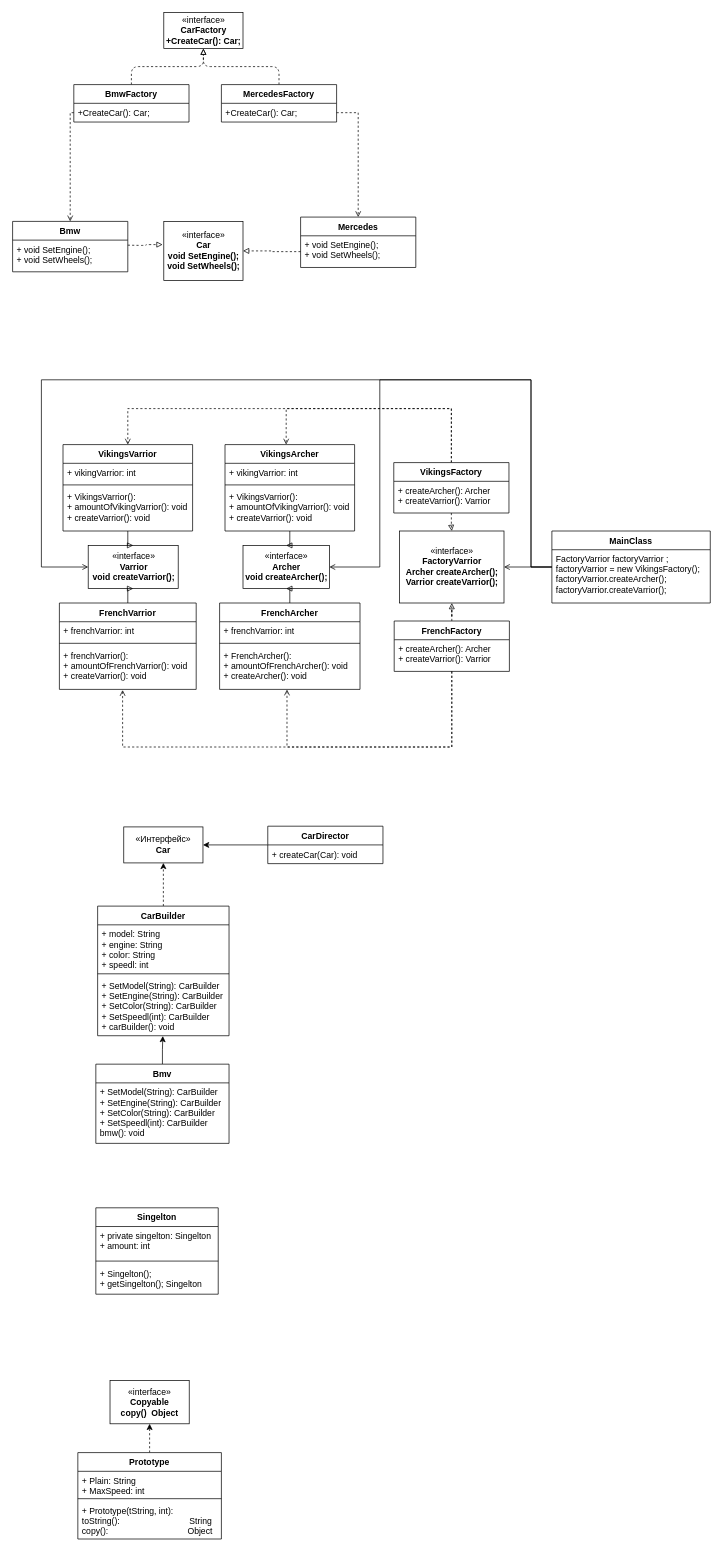
Earlier version of the draw.io diagram page "Factory pattern" (1 of 5) of Untitled Diagram.drawio (antonshikalyov/Diagram-patterns-). Source tidied: cells renumbered, new cells numbered last; positions are measured from the earlier drawing's top-left corner, leaving out a move shared by most shapes. Both pictures are drawn from the tidied source at 72%, with x=0, y=0 at pixel (12, 12).
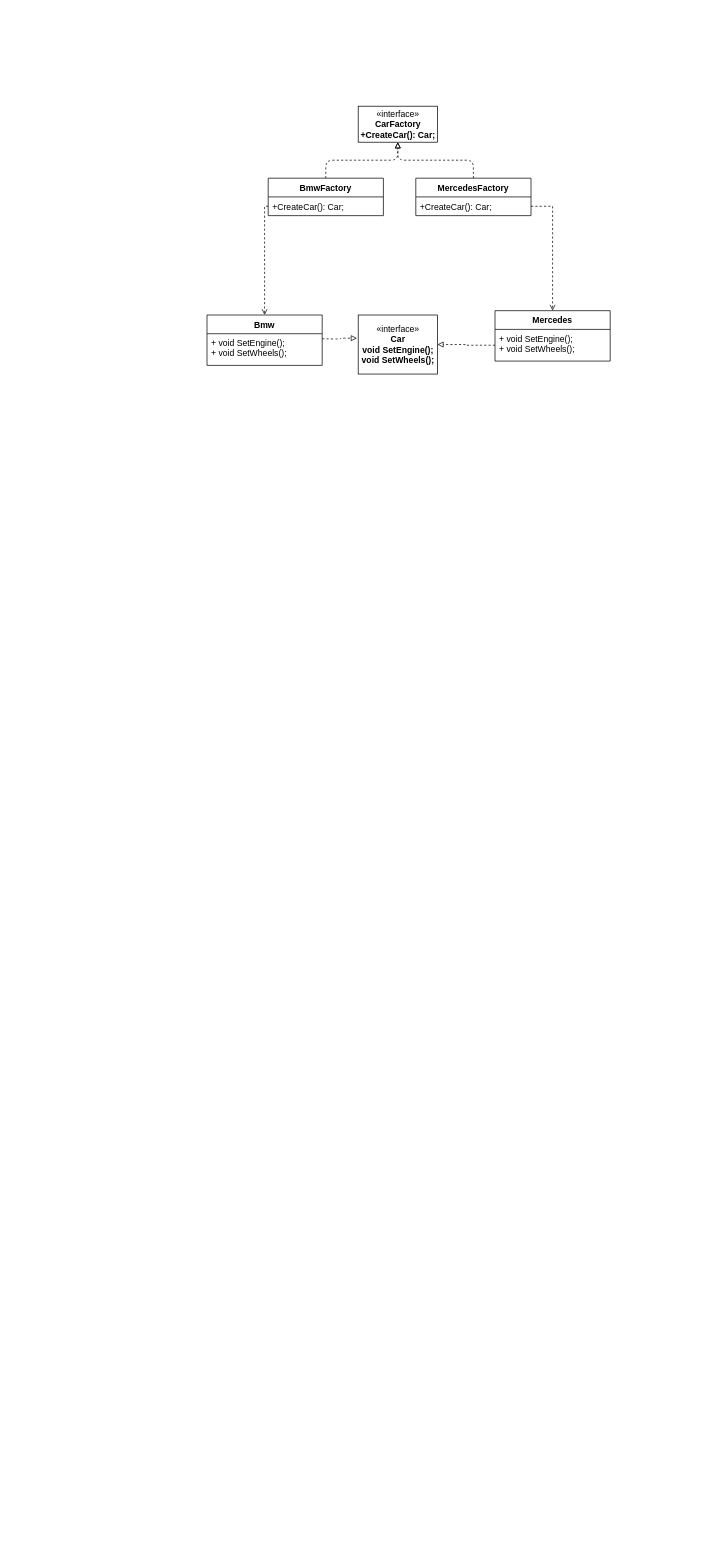
After the change.

The change refers to these unchanged cells:
```xml
<mxCell id="2" style="group;" parent="1" vertex="1">
  <mxGeometry x="60" width="560" height="430" as="geometry" />
</mxCell>
```

What changed in the source:
```diff
@@
     <mxCell id="3" value="«interface»&lt;br&gt;&lt;b&gt;CarFactory&lt;br&gt;+CreateCar(): Car;&lt;br&gt;&lt;/b&gt;" style="html=1;" parent="2" vertex="1">
-      <mxGeometry x="150" width="110" height="50" as="geometry" />
+      <mxGeometry x="420" y="130" width="110" height="50" as="geometry" />
     </mxCell>
@@
     <mxCell id="5" value="BmwFactory" style="swimlane;fontStyle=1;align=center;verticalAlign=top;horizontal=1;startSize=26;" parent="2" vertex="1">
-      <mxGeometry x="25" y="100" width="160" height="52" as="geometry" />
+      <mxGeometry x="295" y="230" width="160" height="52" as="geometry" />
     </mxCell>
@@
     <mxCell id="8" value="MercedesFactory" style="swimlane;fontStyle=1;align=center;verticalAlign=top;horizontal=1;startSize=26;" parent="2" vertex="1">
-      <mxGeometry x="230" y="100" width="160" height="52" as="geometry" />
+      <mxGeometry x="500" y="230" width="160" height="52" as="geometry" />
     </mxCell>
@@
     <mxCell id="10" value="Bmw" style="swimlane;fontStyle=1;align=center;verticalAlign=top;horizontal=1;startSize=26;" parent="2" vertex="1">
-      <mxGeometry x="-60" y="290" width="160" height="70" as="geometry" />
+      <mxGeometry x="210" y="420" width="160" height="70" as="geometry" />
     </mxCell>
@@
     <mxCell id="12" value="«interface»&lt;br&gt;&lt;b&gt;Car&lt;br&gt;void SetEngine();&lt;br&gt;&lt;/b&gt;&lt;b&gt;void SetWheels();&lt;br&gt;&lt;/b&gt;" style="html=1;" parent="2" vertex="1">
-      <mxGeometry x="150" y="290" width="110" height="82" as="geometry" />
+      <mxGeometry x="420" y="420" width="110" height="82" as="geometry" />
     </mxCell>
     <mxCell id="13" style="edgeStyle=orthogonalEdgeStyle;rounded=1;jettySize=auto;html=1;entryX=-0.015;entryY=0.393;entryDx=0;entryDy=0;entryPerimeter=0;dashed=1;endArrow=block;endFill=0;" parent="2" edge="1" target="12">
       <mxGeometry relative="1" as="geometry">
-        <mxPoint x="100" y="323" as="sourcePoint" />
+        <mxPoint x="370" y="453" as="sourcePoint" />
       </mxGeometry>
     </mxCell>
     <mxCell id="14" style="edgeStyle=orthogonalEdgeStyle;rounded=0;jettySize=auto;html=1;dashed=1;endArrow=open;endFill=0;" parent="2" edge="1" target="16">
       <mxGeometry relative="1" as="geometry">
-        <mxPoint x="390" y="139" as="sourcePoint" />
+        <mxPoint x="660" y="269" as="sourcePoint" />
         <Array as="points">
-          <mxPoint x="420" y="139" />
+          <mxPoint x="690" y="269" />
         </Array>
       </mxGeometry>
     </mxCell>
-    <mxCell id="15" style="edgeStyle=orthogonalEdgeStyle;rounded=0;jettySize=auto;html=1;dashed=1;endArrow=open;endFill=0;entryX=0.5;entryY=0;entryDx=0;entryDy=0;" parent="2" edge="1" target="10">
+    <mxCell id="15" style="edgeStyle=orthogonalEdgeStyle;rounded=0;orthogonalLoop=1;jettySize=auto;html=1;dashed=1;endArrow=open;endFill=0;entryX=0.5;entryY=0;entryDx=0;entryDy=0;" parent="2" edge="1">
       <mxGeometry relative="1" as="geometry">
-        <mxPoint x="25" y="139" as="sourcePoint" />
+        <mxPoint x="295" y="269" as="sourcePoint" />
+        <mxPoint x="290" y="420" as="targetPoint" />
         <Array as="points">
-          <mxPoint x="20" y="139" />
+          <mxPoint x="290" y="269" />
         </Array>
       </mxGeometry>
     </mxCell>
     <mxCell id="16" value="Mercedes" style="swimlane;fontStyle=1;align=center;verticalAlign=top;horizontal=1;startSize=26;" parent="2" vertex="1">
-      <mxGeometry x="340" y="284" width="160" height="70" as="geometry" />
+      <mxGeometry x="610" y="414" width="160" height="70" as="geometry" />
     </mxCell>
@@
-    <mxCell id="19" style="group;" parent="1" vertex="1">
-      <mxGeometry x="115.6" y="1130" width="398.8" height="440.5" as="geometry" />
-    </mxCell>
-    <mxCell id="20" value="«Интерфейс» &lt;br&gt;&lt;b&gt;Car&lt;/b&gt;" style="html=1;" parent="19" vertex="1">
-      <mxGeometry x="38.8" y="1" width="110" height="50" as="geometry" />
-    </mxCell>
-    <mxCell id="21" style="edgeStyle=orthogonalEdgeStyle;rounded=0;jettySize=auto;html=1;entryX=0.5;entryY=1;entryDx=0;entryDy=0;dashed=1;" parent="19" edge="1" source="22" target="20">
-      <mxGeometry relative="1" as="geometry" />
-    </mxCell>
-    <mxCell id="22" value="CarBuilder" style="swimlane;fontStyle=1;align=center;verticalAlign=top;horizontal=1;startSize=26;" parent="19" vertex="1">
-      <mxGeometry x="2.5" y="111" width="182.5" height="180" as="geometry" />
-    </mxCell>
-    <mxCell id="23" value="+ model: String&#10;+ engine: String&#10;+ color: String&#10;+ speedl: int" style="text;strokeColor=none;fillColor=none;align=left;verticalAlign=top;spacingLeft=4;spacingRight=4;overflow=hidden;" parent="22" vertex="1">
-      <mxGeometry y="26" width="182.5" height="64" as="geometry" />
-    </mxCell>
-    <mxCell id="24" style="line;strokeWidth=1;fillColor=none;align=left;verticalAlign=middle;spacingTop=-1;spacingLeft=3;spacingRight=3;labelPosition=right;" parent="22" vertex="1">
-      <mxGeometry y="90" width="182.5" height="8" as="geometry" />
-    </mxCell>
-    <mxCell id="25" value="+ SetModel(String): CarBuilder&#10;+ SetEngine(String): CarBuilder&#10;+ SetColor(String): CarBuilder&#10;+ SetSpeedl(int): CarBuilder&#10;+ carBuilder(): void" style="text;strokeColor=none;fillColor=none;align=left;verticalAlign=top;spacingLeft=4;spacingRight=4;overflow=hidden;points=[[0,0.5],[1,0.5]];portConstraint=eastwest;" parent="22" vertex="1">
-      <mxGeometry y="98" width="182.5" height="82" as="geometry" />
-    </mxCell>
-    <mxCell id="26" style="edgeStyle=orthogonalEdgeStyle;rounded=0;jettySize=auto;html=1;entryX=0.496;entryY=1.005;entryDx=0;entryDy=0;entryPerimeter=0;" parent="19" edge="1" source="27" target="25">
-      <mxGeometry relative="1" as="geometry" />
-    </mxCell>
-    <mxCell id="27" value="Bmv" style="swimlane;fontStyle=1;align=center;verticalAlign=top;horizontal=1;startSize=26;" parent="19" vertex="1">
-      <mxGeometry y="330.5" width="185" height="110" as="geometry" />
-    </mxCell>
-    <mxCell id="28" value="+ SetModel(String): CarBuilder&#10;+ SetEngine(String): CarBuilder&#10;+ SetColor(String): CarBuilder&#10;+ SetSpeedl(int): CarBuilder&#10;bmw(): void" style="text;strokeColor=none;fillColor=none;align=left;verticalAlign=top;spacingLeft=4;spacingRight=4;overflow=hidden;" parent="27" vertex="1">
-      <mxGeometry y="26" width="185" height="84" as="geometry" />
-    </mxCell>
-    <mxCell id="29" style="edgeStyle=orthogonalEdgeStyle;rounded=0;jettySize=auto;html=1;entryX=1;entryY=0.5;entryDx=0;entryDy=0;" parent="19" edge="1" source="30" target="20">
-      <mxGeometry relative="1" as="geometry" />
-    </mxCell>
-    <mxCell id="30" value="CarDirector" style="swimlane;fontStyle=1;align=center;verticalAlign=top;horizontal=1;startSize=26;" parent="19" vertex="1">
-      <mxGeometry x="238.8" width="160" height="52" as="geometry" />
-    </mxCell>
-    <mxCell id="31" value="+ createCar(Car): void" style="text;strokeColor=none;fillColor=none;align=left;verticalAlign=top;spacingLeft=4;spacingRight=4;overflow=hidden;" parent="30" vertex="1">
-      <mxGeometry y="26" width="160" height="26" as="geometry" />
-    </mxCell>
-    <mxCell id="32" value="Singelton" style="swimlane;fontStyle=1;align=center;verticalAlign=top;horizontal=1;startSize=26;" parent="1" vertex="1">
-      <mxGeometry x="115.6" y="1660" width="170" height="120" as="geometry" />
-    </mxCell>
-    <mxCell id="33" value="+ private singelton: Singelton&#10;+ amount: int" style="text;strokeColor=none;fillColor=none;align=left;verticalAlign=top;spacingLeft=4;spacingRight=4;overflow=hidden;" parent="32" vertex="1">
-      <mxGeometry y="26" width="170" height="44" as="geometry" />
-    </mxCell>
-    <mxCell id="34" style="line;strokeWidth=1;fillColor=none;align=left;verticalAlign=middle;spacingTop=-1;spacingLeft=3;spacingRight=3;labelPosition=right;" parent="32" vertex="1">
-      <mxGeometry y="70" width="170" height="8" as="geometry" />
-    </mxCell>
-    <mxCell id="35" value="+ Singelton();&#10;+ getSingelton(); Singelton" style="text;strokeColor=none;fillColor=none;align=left;verticalAlign=top;spacingLeft=4;spacingRight=4;overflow=hidden;" parent="32" vertex="1">
-      <mxGeometry y="78" width="170" height="42" as="geometry" />
-    </mxCell>
-    <mxCell id="36" style="group;" parent="1" vertex="1">
-      <mxGeometry x="40" y="510" width="929" height="510" as="geometry" />
-    </mxCell>
-    <mxCell id="37" value="«interface»&lt;br&gt;&lt;b&gt;Varrior&lt;br&gt;void createVarrior();&lt;br&gt;&lt;/b&gt;" style="html=1;" parent="36" vertex="1">
-      <mxGeometry x="65" y="230" width="125" height="60" as="geometry" />
-    </mxCell>
-    <mxCell id="38" value="«interface»&lt;br&gt;&lt;b&gt;Archer&lt;br&gt;void createArcher();&lt;br&gt;&lt;/b&gt;" style="html=1;" parent="36" vertex="1">
-      <mxGeometry x="280" y="230" width="120" height="60" as="geometry" />
-    </mxCell>
-    <mxCell id="39" style="edgeStyle=orthogonalEdgeStyle;rounded=0;jettySize=auto;html=1;endArrow=block;endFill=0;" parent="36" edge="1" source="40" target="37">
-      <mxGeometry relative="1" as="geometry" />
-    </mxCell>
-    <mxCell id="40" value="VikingsVarrior" style="swimlane;fontStyle=1;align=center;verticalAlign=top;horizontal=1;startSize=26;" parent="36" vertex="1">
-      <mxGeometry x="30" y="90" width="180" height="120" as="geometry" />
-    </mxCell>
-    <mxCell id="41" value="+ vikingVarrior: int" style="text;strokeColor=none;fillColor=none;align=left;verticalAlign=top;spacingLeft=4;spacingRight=4;overflow=hidden;" parent="40" vertex="1">
-      <mxGeometry y="26" width="180" height="26" as="geometry" />
-    </mxCell>
-    <mxCell id="42" style="line;strokeWidth=1;fillColor=none;align=left;verticalAlign=middle;spacingTop=-1;spacingLeft=3;spacingRight=3;labelPosition=right;" parent="40" vertex="1">
-      <mxGeometry y="52" width="180" height="8" as="geometry" />
-    </mxCell>
-    <mxCell id="43" value="+ VikingsVarrior(): &#10;+ amountOfVikingVarrior(): void&#10;+ createVarrior(): void" style="text;strokeColor=none;fillColor=none;align=left;verticalAlign=top;spacingLeft=4;spacingRight=4;overflow=hidden;" parent="40" vertex="1">
-      <mxGeometry y="60" width="180" height="60" as="geometry" />
-    </mxCell>
-    <mxCell id="44" style="edgeStyle=orthogonalEdgeStyle;rounded=0;jettySize=auto;html=1;endArrow=block;endFill=0;" parent="36" edge="1" source="45" target="38">
-      <mxGeometry relative="1" as="geometry" />
-    </mxCell>
-    <mxCell id="45" value="VikingsArcher" style="swimlane;fontStyle=1;align=center;verticalAlign=top;horizontal=1;startSize=26;" parent="36" vertex="1">
-      <mxGeometry x="255" y="90" width="180" height="120" as="geometry" />
-    </mxCell>
-    <mxCell id="46" value="+ vikingVarrior: int" style="text;strokeColor=none;fillColor=none;align=left;verticalAlign=top;spacingLeft=4;spacingRight=4;overflow=hidden;" parent="45" vertex="1">
-      <mxGeometry y="26" width="180" height="26" as="geometry" />
-    </mxCell>
-    <mxCell id="47" style="line;strokeWidth=1;fillColor=none;align=left;verticalAlign=middle;spacingTop=-1;spacingLeft=3;spacingRight=3;labelPosition=right;" parent="45" vertex="1">
-      <mxGeometry y="52" width="180" height="8" as="geometry" />
-    </mxCell>
-    <mxCell id="48" value="+ VikingsVarrior(): &#10;+ amountOfVikingVarrior(): void&#10;+ createVarrior(): void" style="text;strokeColor=none;fillColor=none;align=left;verticalAlign=top;spacingLeft=4;spacingRight=4;overflow=hidden;" parent="45" vertex="1">
-      <mxGeometry y="60" width="180" height="60" as="geometry" />
-    </mxCell>
-    <mxCell id="49" style="edgeStyle=orthogonalEdgeStyle;rounded=0;jettySize=auto;html=1;endArrow=block;endFill=0;" parent="36" edge="1" source="50" target="37">
-      <mxGeometry relative="1" as="geometry" />
-    </mxCell>
-    <mxCell id="50" value="FrenchVarrior" style="swimlane;fontStyle=1;align=center;verticalAlign=top;horizontal=1;startSize=26;" parent="36" vertex="1">
-      <mxGeometry x="25" y="310" width="190" height="120" as="geometry" />
-    </mxCell>
-    <mxCell id="51" value="+ frenchVarrior: int" style="text;strokeColor=none;fillColor=none;align=left;verticalAlign=top;spacingLeft=4;spacingRight=4;overflow=hidden;" parent="50" vertex="1">
-      <mxGeometry y="26" width="190" height="26" as="geometry" />
-    </mxCell>
-    <mxCell id="52" style="line;strokeWidth=1;fillColor=none;align=left;verticalAlign=middle;spacingTop=-1;spacingLeft=3;spacingRight=3;labelPosition=right;" parent="50" vertex="1">
-      <mxGeometry y="52" width="190" height="8" as="geometry" />
-    </mxCell>
-    <mxCell id="53" value="+ frenchVarrior(): &#10;+ amountOfFrenchVarrior(): void&#10;+ createVarrior(): void" style="text;strokeColor=none;fillColor=none;align=left;verticalAlign=top;spacingLeft=4;spacingRight=4;overflow=hidden;points=[[0,0.5],[1,0.5]];portConstraint=eastwest;" parent="50" vertex="1">
-      <mxGeometry y="60" width="190" height="60" as="geometry" />
-    </mxCell>
-    <mxCell id="54" style="edgeStyle=orthogonalEdgeStyle;rounded=0;jettySize=auto;html=1;endArrow=block;endFill=0;" parent="36" edge="1" source="55" target="38">
-      <mxGeometry relative="1" as="geometry" />
-    </mxCell>
-    <mxCell id="55" value="FrenchArcher" style="swimlane;fontStyle=1;align=center;verticalAlign=top;horizontal=1;startSize=26;" parent="36" vertex="1">
-      <mxGeometry x="247.5" y="310" width="195" height="120" as="geometry" />
-    </mxCell>
-    <mxCell id="56" value="+ frenchVarrior: int" style="text;strokeColor=none;fillColor=none;align=left;verticalAlign=top;spacingLeft=4;spacingRight=4;overflow=hidden;" parent="55" vertex="1">
-      <mxGeometry y="26" width="195" height="26" as="geometry" />
-    </mxCell>
-    <mxCell id="57" style="line;strokeWidth=1;fillColor=none;align=left;verticalAlign=middle;spacingTop=-1;spacingLeft=3;spacingRight=3;labelPosition=right;" parent="55" vertex="1">
-      <mxGeometry y="52" width="195" height="8" as="geometry" />
-    </mxCell>
-    <mxCell id="58" value="+ FrenchArcher(): &#10;+ amountOfFrenchArcher(): void&#10;+ createArcher(): void" style="text;strokeColor=none;fillColor=none;align=left;verticalAlign=top;spacingLeft=4;spacingRight=4;overflow=hidden;points=[[0,0.5],[1,0.5]];portConstraint=eastwest;" parent="55" vertex="1">
-      <mxGeometry y="60" width="195" height="60" as="geometry" />
-    </mxCell>
-    <mxCell id="59" value="«interface»&lt;br&gt;&lt;b&gt;FactoryVarrior&lt;br&gt;Archer createArcher();&lt;br&gt;Varrior createVarrior();&lt;br&gt;&lt;/b&gt;" style="html=1;" parent="36" vertex="1">
-      <mxGeometry x="497.5" y="210" width="145" height="100" as="geometry" />
-    </mxCell>
-    <mxCell id="60" style="edgeStyle=orthogonalEdgeStyle;rounded=0;jettySize=auto;html=1;endArrow=block;endFill=0;dashed=1;" parent="36" edge="1" source="63" target="59">
-      <mxGeometry relative="1" as="geometry" />
-    </mxCell>
-    <mxCell id="61" style="edgeStyle=orthogonalEdgeStyle;rounded=0;jettySize=auto;html=1;dashed=1;endArrow=open;endFill=0;entryX=0.5;entryY=0;entryDx=0;entryDy=0;" parent="36" edge="1" source="63" target="40">
-      <mxGeometry relative="1" as="geometry">
-        <Array as="points">
-          <mxPoint x="569" y="40" />
-          <mxPoint x="120" y="40" />
-        </Array>
-      </mxGeometry>
-    </mxCell>
-    <mxCell id="62" style="edgeStyle=orthogonalEdgeStyle;rounded=0;jettySize=auto;html=1;entryX=0.472;entryY=0;entryDx=0;entryDy=0;entryPerimeter=0;dashed=1;endArrow=open;endFill=0;" parent="36" edge="1" source="63" target="45">
-      <mxGeometry relative="1" as="geometry">
-        <Array as="points">
-          <mxPoint x="569" y="40" />
-          <mxPoint x="340" y="40" />
-        </Array>
-      </mxGeometry>
-    </mxCell>
-    <mxCell id="63" value="VikingsFactory" style="swimlane;fontStyle=1;align=center;verticalAlign=top;horizontal=1;startSize=26;" parent="36" vertex="1">
-      <mxGeometry x="489.4" y="115" width="160" height="70" as="geometry" />
-    </mxCell>
-    <mxCell id="64" value="+ createArcher(): Archer&#10;+ createVarrior(): Varrior" style="text;strokeColor=none;fillColor=none;align=left;verticalAlign=top;spacingLeft=4;spacingRight=4;overflow=hidden;" parent="63" vertex="1">
-      <mxGeometry y="26" width="160" height="44" as="geometry" />
-    </mxCell>
-    <mxCell id="65" style="edgeStyle=orthogonalEdgeStyle;rounded=0;jettySize=auto;html=1;dashed=1;endArrow=block;endFill=0;" parent="36" edge="1" source="68" target="59">
-      <mxGeometry relative="1" as="geometry" />
-    </mxCell>
-    <mxCell id="66" style="edgeStyle=orthogonalEdgeStyle;rounded=0;jettySize=auto;html=1;dashed=1;endArrow=open;endFill=0;entryX=0.462;entryY=1.015;entryDx=0;entryDy=0;entryPerimeter=0;" parent="36" edge="1" source="68" target="53">
-      <mxGeometry relative="1" as="geometry">
-        <Array as="points">
-          <mxPoint x="570" y="510" />
-          <mxPoint x="113" y="510" />
-        </Array>
-      </mxGeometry>
-    </mxCell>
-    <mxCell id="67" style="edgeStyle=orthogonalEdgeStyle;rounded=0;jettySize=auto;html=1;entryX=0.48;entryY=1.003;entryDx=0;entryDy=0;entryPerimeter=0;dashed=1;endArrow=open;endFill=0;" parent="36" edge="1" source="68" target="58">
-      <mxGeometry relative="1" as="geometry">
-        <Array as="points">
-          <mxPoint x="570" y="510" />
-          <mxPoint x="341" y="510" />
-        </Array>
-      </mxGeometry>
-    </mxCell>
-    <mxCell id="68" value="FrenchFactory" style="swimlane;fontStyle=1;align=center;verticalAlign=top;horizontal=1;startSize=26;" parent="36" vertex="1">
-      <mxGeometry x="490" y="335" width="160" height="70" as="geometry" />
-    </mxCell>
-    <mxCell id="69" value="+ createArcher(): Archer&#10;+ createVarrior(): Varrior" style="text;strokeColor=none;fillColor=none;align=left;verticalAlign=top;spacingLeft=4;spacingRight=4;overflow=hidden;" parent="68" vertex="1">
-      <mxGeometry y="26" width="160" height="44" as="geometry" />
-    </mxCell>
-    <mxCell id="70" style="edgeStyle=orthogonalEdgeStyle;rounded=0;jettySize=auto;html=1;endArrow=open;endFill=0;" parent="36" edge="1" source="72" target="59">
-      <mxGeometry relative="1" as="geometry" />
-    </mxCell>
-    <mxCell id="71" style="edgeStyle=orthogonalEdgeStyle;rounded=0;jettySize=auto;html=1;entryX=0;entryY=0.5;entryDx=0;entryDy=0;endArrow=open;endFill=0;" parent="36" edge="1" source="72" target="37">
-      <mxGeometry relative="1" as="geometry">
-        <Array as="points">
-          <mxPoint x="680" y="260" />
-          <mxPoint x="680" />
-          <mxPoint />
-          <mxPoint y="260" />
-        </Array>
-      </mxGeometry>
-    </mxCell>
-    <mxCell id="72" value="MainClass" style="swimlane;fontStyle=1;align=center;verticalAlign=top;horizontal=1;startSize=26;" parent="36" vertex="1">
-      <mxGeometry x="709" y="210" width="220" height="100" as="geometry" />
-    </mxCell>
-    <mxCell id="73" value="FactoryVarrior factoryVarrior ;&#10;factoryVarrior = new VikingsFactory();&#10;factoryVarrior.createArcher();&#10;factoryVarrior.createVarrior();" style="text;strokeColor=none;fillColor=none;align=left;verticalAlign=top;spacingLeft=4;spacingRight=4;overflow=hidden;points=[[0,0.5],[1,0.5]];portConstraint=eastwest;" parent="72" vertex="1">
-      <mxGeometry y="26" width="220" height="74" as="geometry" />
-    </mxCell>
-    <mxCell id="74" style="edgeStyle=orthogonalEdgeStyle;rounded=0;jettySize=auto;html=1;entryX=1;entryY=0.5;entryDx=0;entryDy=0;endArrow=open;endFill=0;" parent="36" edge="1" source="73" target="38">
-      <mxGeometry relative="1" as="geometry">
-        <Array as="points">
-          <mxPoint x="680" y="260" />
-          <mxPoint x="680" />
-          <mxPoint x="470" />
-          <mxPoint x="470" y="260" />
-        </Array>
-      </mxGeometry>
-    </mxCell>
-    <mxCell id="75" value="«interface»&lt;br&gt;&lt;b&gt;Copyable&lt;br&gt;copy()&amp;nbsp; Object&lt;br&gt;&lt;/b&gt;" style="html=1;" parent="1" vertex="1">
-      <mxGeometry x="135.3" y="1900" width="110" height="60" as="geometry" />
-    </mxCell>
-    <mxCell id="76" style="edgeStyle=orthogonalEdgeStyle;rounded=0;jettySize=auto;html=1;dashed=1;endArrow=classic;endFill=1;" parent="1" edge="1" source="77" target="75">
-      <mxGeometry relative="1" as="geometry" />
-    </mxCell>
-    <mxCell id="77" value="Prototype" style="swimlane;fontStyle=1;align=center;verticalAlign=top;horizontal=1;startSize=26;" parent="1" vertex="1">
-      <mxGeometry x="90.6" y="2000" width="199.4" height="120" as="geometry" />
-    </mxCell>
-    <mxCell id="78" value="+ Plain: String&#10;+ MaxSpeed: int" style="text;strokeColor=none;fillColor=none;align=left;verticalAlign=top;spacingLeft=4;spacingRight=4;overflow=hidden;" parent="77" vertex="1">
-      <mxGeometry y="26" width="199.4" height="34" as="geometry" />
-    </mxCell>
-    <mxCell id="79" style="line;strokeWidth=1;fillColor=none;align=left;verticalAlign=middle;spacingTop=-1;spacingLeft=3;spacingRight=3;labelPosition=right;" parent="77" vertex="1">
-      <mxGeometry y="60" width="199.4" height="8" as="geometry" />
-    </mxCell>
-    <mxCell id="80" value="+ Prototype(tString, int):  &#10;toString():                             String&#10;copy():                                 Object" style="text;strokeColor=none;fillColor=none;align=left;verticalAlign=top;spacingLeft=4;spacingRight=4;overflow=hidden;" parent="77" vertex="1">
-      <mxGeometry y="68" width="199.4" height="52" as="geometry" />
-    </mxCell>
```
